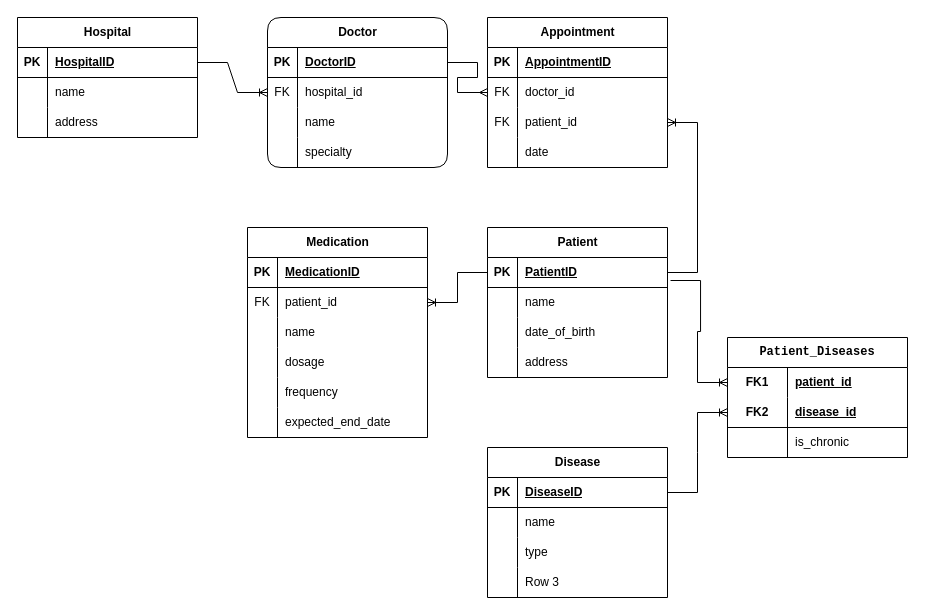
Above: Untitled Diagram.drawio in stetspro/rails-health-portal (draw.io), before the change. Source tidied: cells renumbered, new cells numbered last; positions are measured from the earlier drawing's top-left corner, leaving out a move shared by most shapes. Both pictures are drawn from the tidied source at 100%, with x=0, y=0 at pixel (17, 17).
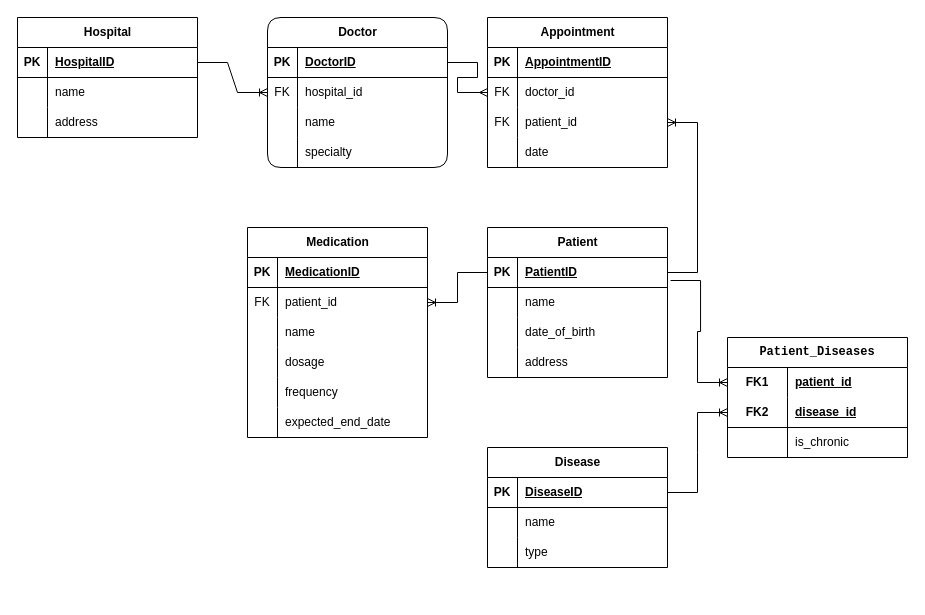
The same page after the edit.

Change to the diagram source:
```diff
@@
     <mxCell id="74" value="&lt;div&gt;Disease&lt;/div&gt;" style="shape=table;startSize=30;childLayout=tableLayout;rowLines=0;fontStyle=1;align=center;html=1;" parent="1" vertex="1">
-      <mxGeometry x="470" y="430" width="180" height="150" as="geometry" />
+      <mxGeometry x="470" y="430" width="180" height="120" as="geometry" />
     </mxCell>
@@
-    <mxCell id="84" style="shape=tableRow;horizontal=0;startSize=0;swimlaneHead=0;swimlaneBody=0;fillColor=none;top=0;left=0;right=0;bottom=0;" parent="74" vertex="1">
-      <mxGeometry y="120" width="180" height="30" as="geometry" />
-    </mxCell>
-    <mxCell id="85" style="shape=partialRectangle;fillColor=none;top=0;left=0;bottom=0;right=0;overflow=hidden;whiteSpace=wrap;html=1;" parent="84" vertex="1">
-      <mxGeometry width="30" height="30" as="geometry" />
-    </mxCell>
-    <mxCell id="86" value="Row 3" style="shape=partialRectangle;fillColor=none;top=0;left=0;bottom=0;right=0;align=left;spacingLeft=6;overflow=hidden;whiteSpace=wrap;html=1;" parent="84" vertex="1">
-      <mxGeometry x="30" width="150" height="30" as="geometry" />
-    </mxCell>
```
